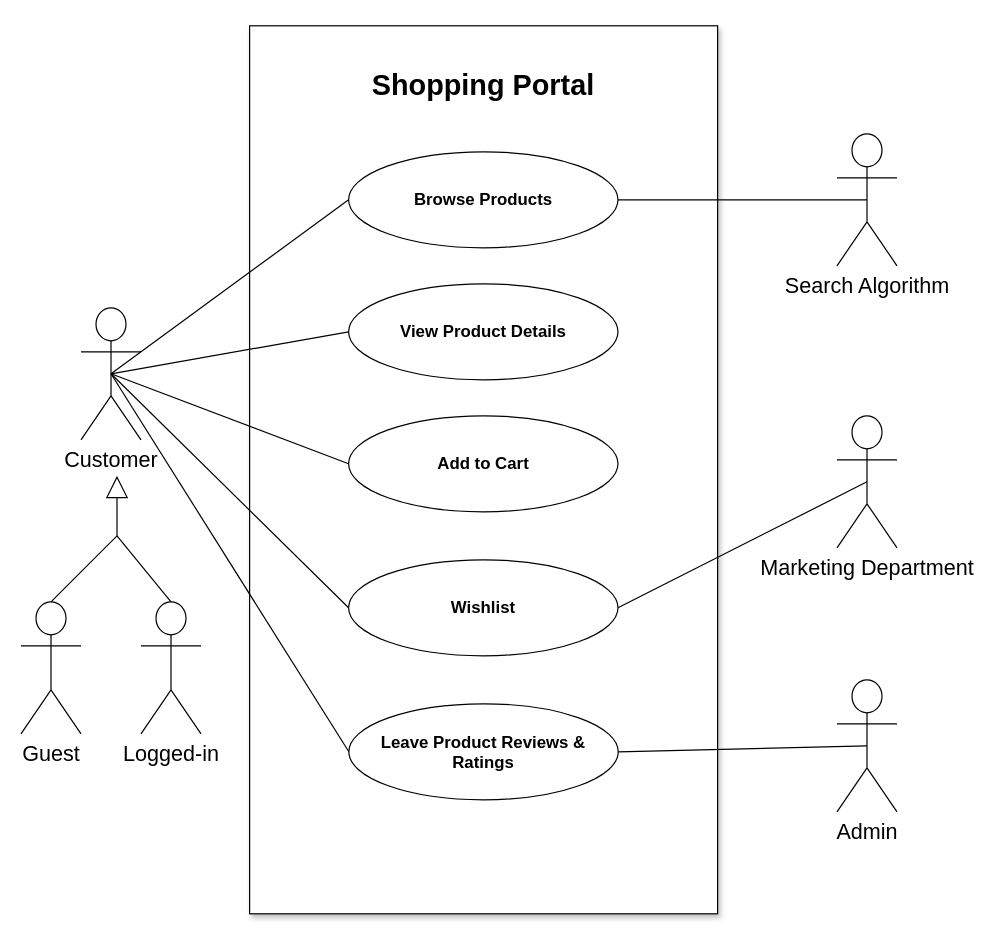
Before: ITC211 System Analysis and Design/Use Case Shopping Experience.drawio in Sam-WebP/CSU, a draw.io diagram. Source tidied: cells renumbered, new cells numbered last; positions are measured from the earlier drawing's top-left corner, leaving out a move shared by most shapes. Both pictures are drawn from the tidied source at 120%, with x=0, y=0 at pixel (20, 67).
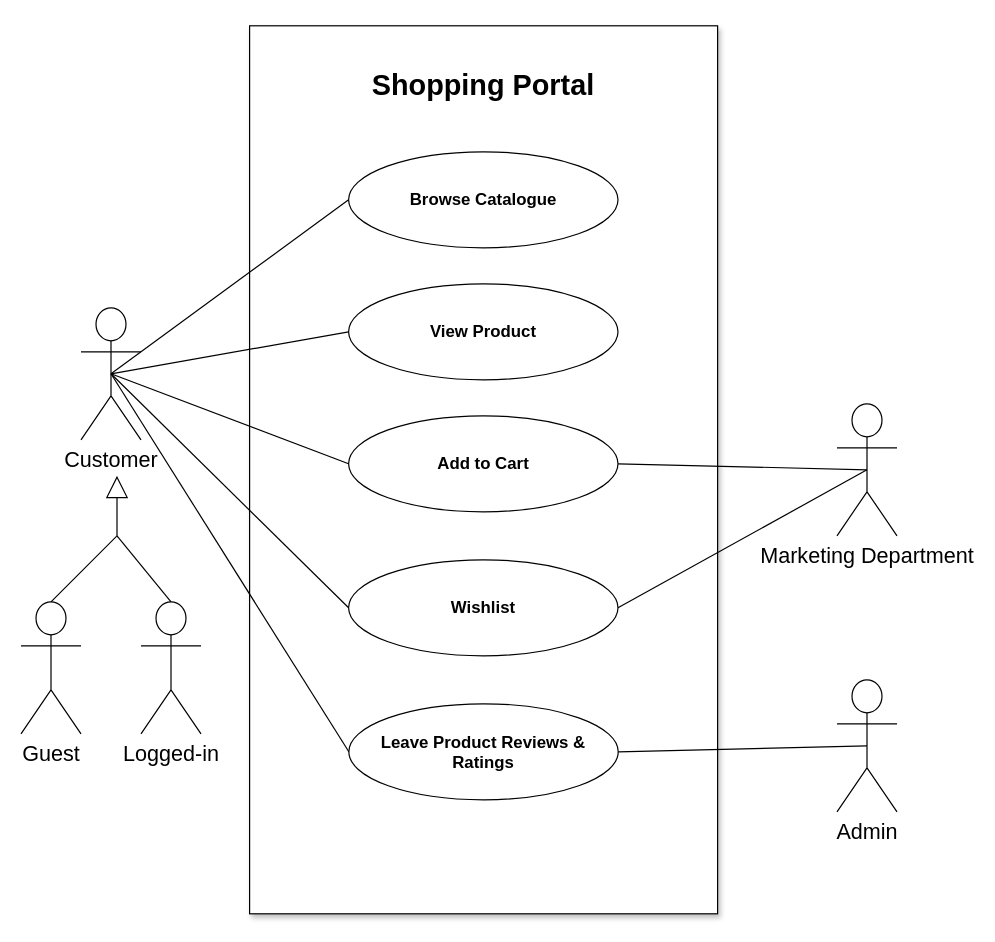
The same page after the edit.

Unchanged cells that the change refers to:
```xml
<mxCell id="13" value="&lt;b&gt;&lt;font style=&quot;font-size: 14px;&quot;&gt;Add to Cart&lt;/font&gt;&lt;/b&gt;" style="ellipse;whiteSpace=wrap;html=1;" parent="1" vertex="1">
  <mxGeometry x="273" y="290" width="224.5" height="80" as="geometry" />
</mxCell>
```

Change to the diagram source:
```diff
@@
-    <mxCell id="2" value="&lt;font style=&quot;font-size: 18px;&quot;&gt;Search Algorithm&lt;/font&gt;" style="shape=umlActor;verticalLabelPosition=bottom;verticalAlign=top;html=1;outlineConnect=0;" parent="1" vertex="1">
-      <mxGeometry x="680" y="55" width="50" height="110" as="geometry" />
-    </mxCell>
@@
-    <mxCell id="7" value="&lt;b&gt;&lt;font style=&quot;font-size: 14px;&quot;&gt;View Product Details&lt;/font&gt;&lt;/b&gt;" style="ellipse;whiteSpace=wrap;html=1;" parent="1" vertex="1">
+    <mxCell id="7" value="&lt;b&gt;&lt;font style=&quot;font-size: 14px;&quot;&gt;View Product&lt;/font&gt;&lt;/b&gt;" style="ellipse;whiteSpace=wrap;html=1;" parent="1" vertex="1">
       <mxGeometry x="273" y="180" width="224.5" height="80" as="geometry" />
     </mxCell>
-    <mxCell id="8" value="&lt;font style=&quot;font-size: 14px;&quot;&gt;&lt;b&gt;Browse Products&lt;/b&gt;&lt;/font&gt;" style="ellipse;whiteSpace=wrap;html=1;" parent="1" vertex="1">
+    <mxCell id="8" value="&lt;font style=&quot;font-size: 14px;&quot;&gt;&lt;strong&gt;Browse Catalogue&lt;/strong&gt;&lt;/font&gt;" style="ellipse;whiteSpace=wrap;html=1;" parent="1" vertex="1">
       <mxGeometry x="273" y="70" width="224.5" height="80" as="geometry" />
     </mxCell>
@@
     <mxCell id="15" value="&lt;font style=&quot;font-size: 18px;&quot;&gt;Marketing Department&lt;/font&gt;" style="shape=umlActor;verticalLabelPosition=bottom;verticalAlign=top;html=1;outlineConnect=0;" parent="1" vertex="1">
-      <mxGeometry x="680" y="290" width="50" height="110" as="geometry" />
+      <mxGeometry x="680" y="280" width="50" height="110" as="geometry" />
     </mxCell>
@@
-    <mxCell id="19" style="endArrow=none;html=1;rounded=0;entryX=0.5;entryY=0.5;entryDx=0;entryDy=0;entryPerimeter=0;exitX=1;exitY=0.5;exitDx=0;exitDy=0;" parent="1" edge="1" source="8" target="2">
-      <mxGeometry relative="1" as="geometry" />
-    </mxCell>
@@
+    <mxCell id="26" style="endArrow=none;html=1;rounded=0;entryX=0.5;entryY=0.5;entryDx=0;entryDy=0;entryPerimeter=0;exitX=1;exitY=0.5;exitDx=0;exitDy=0;" parent="1" edge="1" source="13" target="15">
+      <mxGeometry relative="1" as="geometry" />
+    </mxCell>
```
